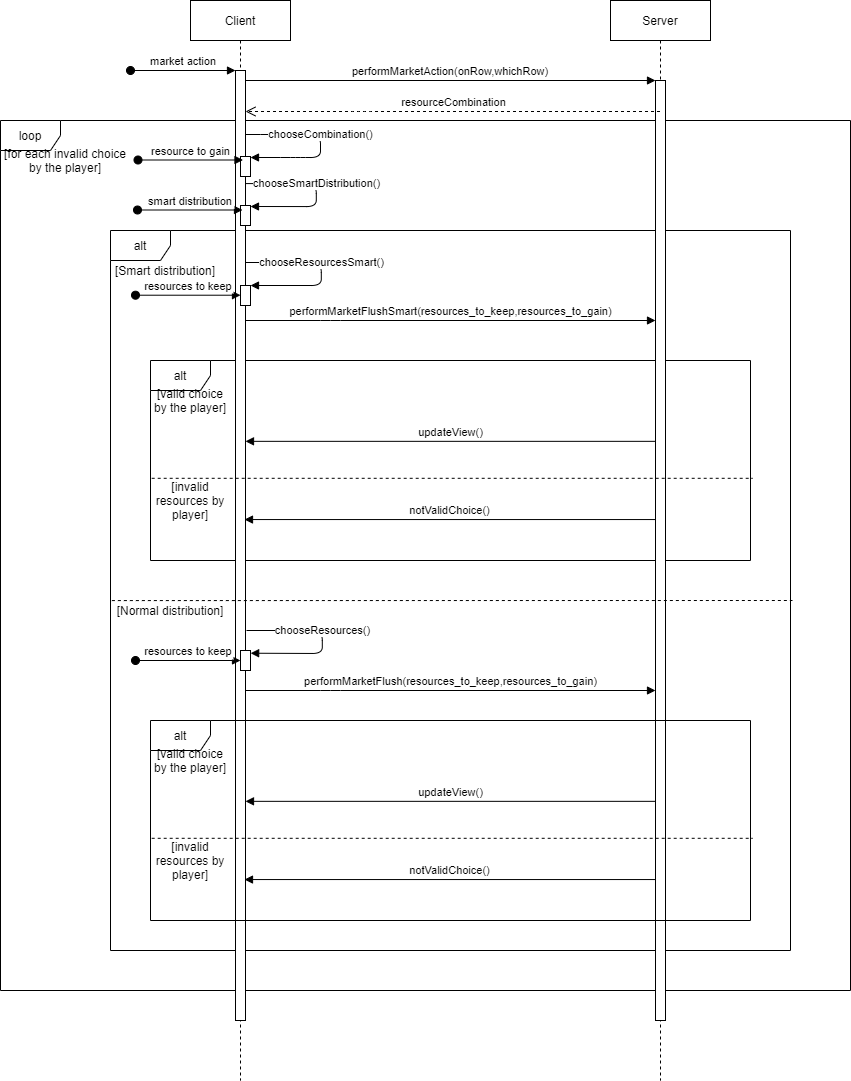
Above: deliverables/sequence_diagram/market_action/market_action_sequence_diagram.png in lolloz98/Masters-of-Renaissance (draw.io), before the change. Source tidied: cells renumbered, new cells last; positions are measured from the earlier drawing's top-left corner, leaving out a move shared by most shapes.
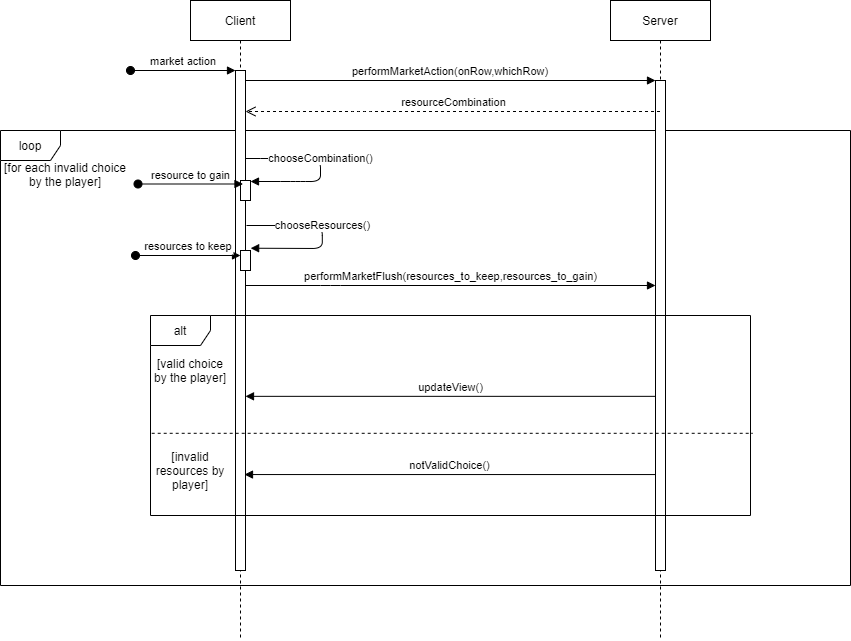
The same diagram one commit later.

Commit message:
sequence diagram update

Diff of the diagram source:
```diff
@@ -3,19 +3,13 @@
     <mxCell id="0" />
     <mxCell id="1" parent="0" />
     <mxCell id="2" value="loop" style="shape=umlFrame;whiteSpace=wrap;html=1;" parent="1" vertex="1">
-      <mxGeometry y="120" width="850" height="870" as="geometry" />
+      <mxGeometry y="130" width="850" height="455" as="geometry" />
     </mxCell>
-    <mxCell id="3" value="alt" style="shape=umlFrame;whiteSpace=wrap;html=1;" parent="1" vertex="1">
-      <mxGeometry x="110" y="230" width="680" height="720" as="geometry" />
-    </mxCell>
-    <mxCell id="4" value="alt" style="shape=umlFrame;whiteSpace=wrap;html=1;" parent="1" vertex="1">
-      <mxGeometry x="150" y="360" width="600" height="200" as="geometry" />
-    </mxCell>
     <mxCell id="5" value="Client" style="shape=umlLifeline;perimeter=lifelinePerimeter;rounded=0;shadow=0;strokeWidth=1;" parent="1" vertex="1">
-      <mxGeometry x="190" width="100" height="1080" as="geometry" />
+      <mxGeometry x="190" width="100" height="640" as="geometry" />
     </mxCell>
     <mxCell id="6" style="points=[];perimeter=orthogonalPerimeter;rounded=0;shadow=0;strokeWidth=1;" parent="5" vertex="1">
-      <mxGeometry x="45" y="70" width="10" height="950" as="geometry" />
+      <mxGeometry x="45" y="70" width="10" height="500" as="geometry" />
     </mxCell>
     <mxCell id="7" value="market action" style="verticalAlign=bottom;startArrow=oval;endArrow=block;startSize=8;shadow=0;strokeWidth=1;" parent="5" edge="1" target="6">
       <mxGeometry relative="1" as="geometry">
@@ -23,29 +17,29 @@
       </mxGeometry>
     </mxCell>
     <mxCell id="8" style="perimeter=orthogonalPerimeter;rounded=0;shadow=0;strokeWidth=1;" parent="5" vertex="1">
-      <mxGeometry x="50" y="156" width="10" height="20" as="geometry" />
+      <mxGeometry x="50" y="180" width="10" height="20" as="geometry" />
     </mxCell>
     <mxCell id="9" value="chooseCombination()" style="html=1;verticalAlign=bottom;endArrow=block;" parent="5" edge="1">
       <mxGeometry relative="1" as="geometry">
-        <mxPoint x="55" y="134" as="sourcePoint" />
-        <mxPoint x="60" y="157" as="targetPoint" />
+        <mxPoint x="55" y="158" as="sourcePoint" />
+        <mxPoint x="60" y="181" as="targetPoint" />
         <Array as="points">
-          <mxPoint x="70" y="134" />
-          <mxPoint x="130" y="134" />
-          <mxPoint x="130" y="157" />
-          <mxPoint x="110" y="157" />
-          <mxPoint x="100" y="157" />
+          <mxPoint x="70" y="158" />
+          <mxPoint x="130" y="158" />
+          <mxPoint x="130" y="181" />
+          <mxPoint x="110" y="181" />
+          <mxPoint x="100" y="181" />
         </Array>
       </mxGeometry>
     </mxCell>
     <mxCell id="10" style="perimeter=orthogonalPerimeter;rounded=0;shadow=0;strokeWidth=1;" parent="5" vertex="1">
-      <mxGeometry x="50" y="650" width="10" height="20" as="geometry" />
+      <mxGeometry x="50" y="250" width="10" height="20" as="geometry" />
     </mxCell>
     <mxCell id="11" value="Server" style="shape=umlLifeline;perimeter=lifelinePerimeter;rounded=0;shadow=0;strokeWidth=1;" parent="1" vertex="1">
-      <mxGeometry x="610" width="100" height="1080" as="geometry" />
+      <mxGeometry x="610" width="100" height="640" as="geometry" />
     </mxCell>
     <mxCell id="12" style="points=[];perimeter=orthogonalPerimeter;rounded=0;shadow=0;strokeWidth=1;" parent="11" vertex="1">
-      <mxGeometry x="45" y="80" width="10" height="940" as="geometry" />
+      <mxGeometry x="45" y="80" width="10" height="490" as="geometry" />
     </mxCell>
     <mxCell id="13" value="performMarketAction(onRow,whichRow)" style="verticalAlign=bottom;endArrow=block;entryX=0;entryY=0;shadow=0;strokeWidth=1;" parent="1" edge="1" source="6" target="12">
       <mxGeometry relative="1" as="geometry" />
@@ -59,138 +53,62 @@
         </Array>
       </mxGeometry>
     </mxCell>
-    <mxCell id="15" style="perimeter=orthogonalPerimeter;rounded=0;shadow=0;strokeWidth=1;" parent="1" vertex="1">
-      <mxGeometry x="240" y="205" width="10" height="20" as="geometry" />
-    </mxCell>
-    <mxCell id="16" value="chooseSmartDistribution()" style="html=1;verticalAlign=bottom;endArrow=block;" parent="1" edge="1">
-      <mxGeometry relative="1" as="geometry">
-        <mxPoint x="245" y="183.1" as="sourcePoint" />
-        <mxPoint x="250" y="206" as="targetPoint" />
-        <Array as="points">
-          <mxPoint x="315.8" y="183.1" />
-          <mxPoint x="315.8" y="206.1" />
-        </Array>
-      </mxGeometry>
-    </mxCell>
-    <mxCell id="17" value="[Smart distribution]" style="text;html=1;strokeColor=none;fillColor=none;align=center;verticalAlign=middle;whiteSpace=wrap;rounded=0;" parent="1" vertex="1">
-      <mxGeometry x="110" y="260" width="110" height="20" as="geometry" />
-    </mxCell>
-    <mxCell id="18" style="points=[];perimeter=orthogonalPerimeter;rounded=0;shadow=0;strokeWidth=1;" parent="1" vertex="1">
-      <mxGeometry x="240" y="285" width="10" height="20" as="geometry" />
-    </mxCell>
-    <mxCell id="19" value="chooseResourcesSmart()" style="html=1;verticalAlign=bottom;endArrow=block;" parent="1" edge="1" target="18">
-      <mxGeometry relative="1" as="geometry">
-        <mxPoint x="245" y="262" as="sourcePoint" />
-        <Array as="points">
-          <mxPoint x="320.8" y="262" />
-          <mxPoint x="320.8" y="285" />
-        </Array>
-      </mxGeometry>
-    </mxCell>
-    <mxCell id="20" value="performMarketFlushSmart(resources_to_keep,resources_to_gain)" style="html=1;verticalAlign=bottom;endArrow=block;" parent="1" edge="1" source="6" target="12">
-      <mxGeometry relative="1" as="geometry">
-        <Array as="points">
-          <mxPoint x="330" y="320" />
-        </Array>
-      </mxGeometry>
-    </mxCell>
-    <mxCell id="21" value="[valid choice by the player]" style="text;html=1;strokeColor=none;fillColor=none;align=center;verticalAlign=middle;whiteSpace=wrap;rounded=0;" parent="1" vertex="1">
-      <mxGeometry x="150" y="390" width="80" height="20" as="geometry" />
-    </mxCell>
     <mxCell id="22" value="[for each invalid choice by the player]" style="text;html=1;strokeColor=none;fillColor=none;align=center;verticalAlign=middle;whiteSpace=wrap;rounded=0;" parent="1" vertex="1">
-      <mxGeometry y="150" width="130" height="20" as="geometry" />
+      <mxGeometry y="164" width="130" height="20" as="geometry" />
     </mxCell>
-    <mxCell id="23" value="updateView()" style="html=1;verticalAlign=bottom;endArrow=block;exitX=0;exitY=0.581;exitDx=0;exitDy=0;exitPerimeter=0;" parent="1" edge="1">
-      <mxGeometry relative="1" as="geometry">
-        <mxPoint x="655" y="440.8" as="sourcePoint" />
-        <mxPoint x="245" y="440.8" as="targetPoint" />
-      </mxGeometry>
-    </mxCell>
-    <mxCell id="24" style="endArrow=none;dashed=1;html=1;exitX=0.002;exitY=0.589;exitDx=0;exitDy=0;exitPerimeter=0;entryX=1.003;entryY=0.589;entryDx=0;entryDy=0;entryPerimeter=0;" parent="1" edge="1" source="4" target="4">
-      <mxGeometry relative="1" as="geometry" />
-    </mxCell>
-    <mxCell id="25" value="[invalid resources by player]" style="text;html=1;strokeColor=none;fillColor=none;align=center;verticalAlign=middle;whiteSpace=wrap;rounded=0;" parent="1" vertex="1">
-      <mxGeometry x="150" y="490" width="80" height="20" as="geometry" />
-    </mxCell>
-    <mxCell id="26" value="notValidChoice()" style="html=1;verticalAlign=bottom;endArrow=block;entryX=0.9;entryY=0.677;entryDx=0;entryDy=0;entryPerimeter=0;" parent="1" edge="1">
-      <mxGeometry relative="1" as="geometry">
-        <mxPoint x="655" y="519" as="sourcePoint" />
-        <mxPoint x="244" y="519" as="targetPoint" />
-      </mxGeometry>
-    </mxCell>
-    <mxCell id="27" style="endArrow=none;dashed=1;html=1;exitX=0.002;exitY=0.514;exitDx=0;exitDy=0;exitPerimeter=0;" parent="1" edge="1" source="3">
-      <mxGeometry relative="1" as="geometry">
-        <mxPoint x="792" y="600" as="targetPoint" />
-      </mxGeometry>
-    </mxCell>
-    <mxCell id="28" value="[Normal distribution]" style="text;html=1;strokeColor=none;fillColor=none;align=center;verticalAlign=middle;whiteSpace=wrap;rounded=0;" parent="1" vertex="1">
-      <mxGeometry x="110" y="600" width="120" height="20" as="geometry" />
-    </mxCell>
     <mxCell id="29" value="chooseResources()" style="html=1;verticalAlign=bottom;endArrow=block;entryX=0.914;entryY=0.136;entryDx=0;entryDy=0;entryPerimeter=0;" parent="1" edge="1">
       <mxGeometry relative="1" as="geometry">
-        <mxPoint x="246" y="630" as="sourcePoint" />
-        <mxPoint x="250.1" y="652.7" as="targetPoint" />
+        <mxPoint x="246" y="225" as="sourcePoint" />
+        <mxPoint x="250.1" y="247.7" as="targetPoint" />
         <Array as="points">
-          <mxPoint x="321.8" y="630" />
-          <mxPoint x="321.8" y="653" />
+          <mxPoint x="321.8" y="225" />
+          <mxPoint x="321.8" y="248" />
         </Array>
       </mxGeometry>
     </mxCell>
     <mxCell id="30" value="performMarketFlush(resources_to_keep,resources_to_gain)" style="html=1;verticalAlign=bottom;endArrow=block;" parent="1" edge="1">
       <mxGeometry relative="1" as="geometry">
-        <mxPoint x="245" y="690" as="sourcePoint" />
-        <mxPoint x="655" y="690" as="targetPoint" />
+        <mxPoint x="245" y="285" as="sourcePoint" />
+        <mxPoint x="655" y="285" as="targetPoint" />
         <Array as="points">
-          <mxPoint x="330" y="690" />
+          <mxPoint x="330" y="285" />
         </Array>
       </mxGeometry>
     </mxCell>
     <mxCell id="31" value="alt" style="shape=umlFrame;whiteSpace=wrap;html=1;" parent="1" vertex="1">
-      <mxGeometry x="150" y="720" width="600" height="200" as="geometry" />
+      <mxGeometry x="150" y="315" width="600" height="200" as="geometry" />
     </mxCell>
     <mxCell id="32" value="[valid choice by the player]" style="text;html=1;strokeColor=none;fillColor=none;align=center;verticalAlign=middle;whiteSpace=wrap;rounded=0;" parent="1" vertex="1">
-      <mxGeometry x="150" y="750" width="80" height="20" as="geometry" />
+      <mxGeometry x="150" y="360" width="80" height="20" as="geometry" />
     </mxCell>
     <mxCell id="33" value="updateView()" style="html=1;verticalAlign=bottom;endArrow=block;exitX=0;exitY=0.581;exitDx=0;exitDy=0;exitPerimeter=0;" parent="1" edge="1">
       <mxGeometry relative="1" as="geometry">
-        <mxPoint x="655" y="800.8" as="sourcePoint" />
-        <mxPoint x="245" y="800.8" as="targetPoint" />
+        <mxPoint x="655" y="395.8" as="sourcePoint" />
+        <mxPoint x="245" y="395.8" as="targetPoint" />
       </mxGeometry>
     </mxCell>
     <mxCell id="34" style="endArrow=none;dashed=1;html=1;exitX=0.002;exitY=0.589;exitDx=0;exitDy=0;exitPerimeter=0;entryX=1.003;entryY=0.589;entryDx=0;entryDy=0;entryPerimeter=0;" parent="1" edge="1" source="31" target="31">
       <mxGeometry relative="1" as="geometry" />
     </mxCell>
     <mxCell id="35" value="[invalid resources by player]" style="text;html=1;strokeColor=none;fillColor=none;align=center;verticalAlign=middle;whiteSpace=wrap;rounded=0;" parent="1" vertex="1">
-      <mxGeometry x="150" y="850" width="80" height="20" as="geometry" />
+      <mxGeometry x="150" y="460" width="80" height="20" as="geometry" />
     </mxCell>
     <mxCell id="36" value="notValidChoice()" style="html=1;verticalAlign=bottom;endArrow=block;entryX=0.9;entryY=0.677;entryDx=0;entryDy=0;entryPerimeter=0;" parent="1" edge="1">
       <mxGeometry relative="1" as="geometry">
-        <mxPoint x="655" y="879.1" as="sourcePoint" />
-        <mxPoint x="244" y="879.1" as="targetPoint" />
+        <mxPoint x="655" y="474.1" as="sourcePoint" />
+        <mxPoint x="244" y="474.1" as="targetPoint" />
       </mxGeometry>
     </mxCell>
     <mxCell id="37" value="resource to gain" style="verticalAlign=bottom;startArrow=oval;endArrow=block;startSize=8;shadow=0;strokeWidth=1;" parent="1" edge="1">
       <mxGeometry relative="1" as="geometry">
-        <mxPoint x="137.5" y="159.5" as="sourcePoint" />
-        <mxPoint x="242.5" y="159.5" as="targetPoint" />
+        <mxPoint x="137.5" y="183.5" as="sourcePoint" />
+        <mxPoint x="242.5" y="183.5" as="targetPoint" />
       </mxGeometry>
     </mxCell>
-    <mxCell id="38" value="smart distribution" style="verticalAlign=bottom;startArrow=oval;endArrow=block;startSize=8;shadow=0;strokeWidth=1;" parent="1" edge="1">
-      <mxGeometry relative="1" as="geometry">
-        <mxPoint x="137" y="209.5" as="sourcePoint" />
-        <mxPoint x="242" y="209.5" as="targetPoint" />
-      </mxGeometry>
-    </mxCell>
-    <mxCell id="39" value="resources to keep" style="verticalAlign=bottom;startArrow=oval;endArrow=block;startSize=8;shadow=0;strokeWidth=1;" parent="1" edge="1">
-      <mxGeometry relative="1" as="geometry">
-        <mxPoint x="135" y="294.7" as="sourcePoint" />
-        <mxPoint x="240" y="294.7" as="targetPoint" />
-      </mxGeometry>
-    </mxCell>
     <mxCell id="40" value="resources to keep" style="verticalAlign=bottom;startArrow=oval;endArrow=block;startSize=8;shadow=0;strokeWidth=1;" parent="1" edge="1">
       <mxGeometry relative="1" as="geometry">
-        <mxPoint x="135" y="660" as="sourcePoint" />
-        <mxPoint x="240" y="660" as="targetPoint" />
+        <mxPoint x="135" y="255" as="sourcePoint" />
+        <mxPoint x="240" y="255" as="targetPoint" />
       </mxGeometry>
     </mxCell>
   </root>
```
